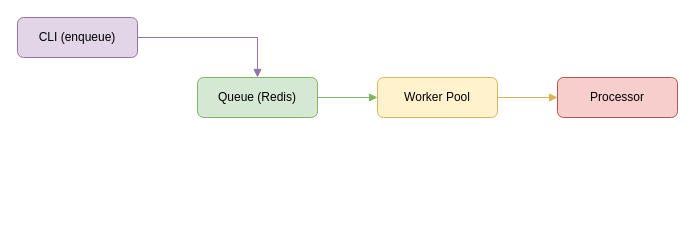
Above: docs/architecture.drawio in lorenaziviani/go_work_horse (draw.io), before the change. Source tidied: cells renumbered, new cells numbered last; positions are measured from the earlier drawing's top-left corner, leaving out a move shared by most shapes. Both pictures are drawn from the tidied source at 100%, with x=0, y=0 at pixel (17, 17).
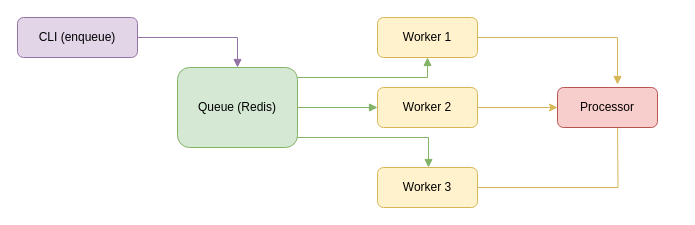
After the change.

Commit message (it also covers changes not shown here):
Implement worker pool with parallel job processing and structured logging

- Add configurable worker pool to process jobs in parallel (WORKER_COUNT env or config)
- Update job status to running, success, or failed after execution
- Add structured logs with job ID, status, worker ID, execution time, and timestamp
- Update architecture diagram to show multiple concurrent workers

Enables scalable, concurrent job processing with clear status tracking and observability.

What changed in the source:
```diff
@@
 <mxGraphModel>
   <root>
     <mxCell id="0" />
     <mxCell id="1" parent="0" />
     <mxCell id="2" value="CLI (enqueue)" style="rounded=1;whiteSpace=wrap;html=1;fillColor=#e1d5e7;strokeColor=#9673a6;" parent="1" vertex="1">
       <mxGeometry width="120" height="40" as="geometry" />
     </mxCell>
     <mxCell id="3" value="Queue (Redis)" style="rounded=1;whiteSpace=wrap;html=1;fillColor=#d5e8d4;strokeColor=#82b366;" parent="1" vertex="1">
-      <mxGeometry x="180" y="60" width="120" height="40" as="geometry" />
+      <mxGeometry x="160" y="50" width="120" height="80" as="geometry" />
     </mxCell>
-    <mxCell id="4" value="Worker Pool" style="rounded=1;whiteSpace=wrap;html=1;fillColor=#fff2cc;strokeColor=#d6b656;" parent="1" vertex="1">
-      <mxGeometry x="360" y="60" width="120" height="40" as="geometry" />
+    <mxCell id="4" value="Worker 1" style="rounded=1;whiteSpace=wrap;html=1;fillColor=#fff2cc;strokeColor=#d6b656;" parent="1" vertex="1">
+      <mxGeometry x="360" width="100" height="40" as="geometry" />
     </mxCell>
+    <mxCell id="9" style="edgeStyle=none;html=1;entryX=0;entryY=0.5;entryDx=0;entryDy=0;strokeColor=#D6B656;" parent="1" edge="1" source="5" target="15">
+      <mxGeometry relative="1" as="geometry" />
+    </mxCell>
-    <mxCell id="5" value="Processor" style="rounded=1;whiteSpace=wrap;html=1;fillColor=#f8cecc;strokeColor=#b85450;" parent="1" vertex="1">
-      <mxGeometry x="540" y="60" width="120" height="40" as="geometry" />
+    <mxCell id="5" value="Worker 2" style="rounded=1;whiteSpace=wrap;html=1;fillColor=#fff2cc;strokeColor=#d6b656;" parent="1" vertex="1">
+      <mxGeometry x="360" y="70" width="100" height="40" as="geometry" />
     </mxCell>
-    <mxCell id="6" style="edgeStyle=orthogonalEdgeStyle;rounded=0;jettySize=auto;html=1;endArrow=block;endFill=1;strokeColor=#9673a6;" parent="1" edge="1" source="2" target="3">
-      <mxGeometry relative="1" as="geometry" />
-    </mxCell>
+    <mxCell id="8" style="edgeStyle=orthogonalEdgeStyle;rounded=0;jettySize=auto;html=1;endArrow=block;endFill=1;strokeColor=#9673a6;" parent="1" edge="1" source="2" target="3">
+      <mxGeometry relative="1" as="geometry" />
+    </mxCell>
     <mxCell id="7" style="edgeStyle=orthogonalEdgeStyle;rounded=0;jettySize=auto;html=1;endArrow=block;endFill=1;strokeColor=#82b366;" parent="1" edge="1" source="3" target="4">
-      <mxGeometry relative="1" as="geometry" />
+      <mxGeometry relative="1" as="geometry">
+        <Array as="points">
+          <mxPoint x="410" y="60" />
+        </Array>
+      </mxGeometry>
     </mxCell>
-    <mxCell id="8" style="edgeStyle=orthogonalEdgeStyle;rounded=0;jettySize=auto;html=1;endArrow=block;endFill=1;strokeColor=#d6b656;" parent="1" edge="1" source="4" target="5">
-      <mxGeometry relative="1" as="geometry" />
-    </mxCell>
+    <mxCell id="10" style="edgeStyle=orthogonalEdgeStyle;rounded=0;jettySize=auto;html=1;endArrow=block;endFill=1;strokeColor=#82b366;" parent="1" edge="1" source="3" target="5">
+      <mxGeometry relative="1" as="geometry" />
+    </mxCell>
+    <mxCell id="11" style="edgeStyle=orthogonalEdgeStyle;rounded=0;jettySize=auto;html=1;endArrow=block;endFill=1;strokeColor=#82b366;" parent="1" edge="1" source="3" target="14">
+      <mxGeometry relative="1" as="geometry">
+        <Array as="points">
+          <mxPoint x="411" y="120" />
+        </Array>
+      </mxGeometry>
+    </mxCell>
+    <mxCell id="12" style="edgeStyle=orthogonalEdgeStyle;rounded=0;jettySize=auto;html=1;endArrow=block;endFill=1;strokeColor=#D6B656;entryX=0.6;entryY=-0.075;entryDx=0;entryDy=0;entryPerimeter=0;" parent="1" edge="1" source="4" target="15">
+      <mxGeometry relative="1" as="geometry" />
+    </mxCell>
+    <mxCell id="13" style="edgeStyle=orthogonalEdgeStyle;rounded=0;jettySize=auto;html=1;endArrow=block;endFill=1;strokeColor=#d6b656;exitX=1;exitY=0.5;exitDx=0;exitDy=0;" parent="1" edge="1" source="14">
+      <mxGeometry relative="1" as="geometry">
+        <mxPoint x="600" y="100" as="targetPoint" />
+      </mxGeometry>
+    </mxCell>
+    <mxCell id="14" value="Worker 3" style="rounded=1;whiteSpace=wrap;html=1;fillColor=#fff2cc;strokeColor=#d6b656;" parent="1" vertex="1">
+      <mxGeometry x="360" y="150" width="100" height="40" as="geometry" />
+    </mxCell>
+    <mxCell id="15" value="&lt;span style=&quot;color: rgb(0, 0, 0);&quot;&gt;Processor&lt;/span&gt;" style="rounded=1;whiteSpace=wrap;html=1;fillColor=#f8cecc;strokeColor=#b85450;" parent="1" vertex="1">
+      <mxGeometry x="540" y="70" width="100" height="40" as="geometry" />
+    </mxCell>
   </root>
 </mxGraphModel>
```
